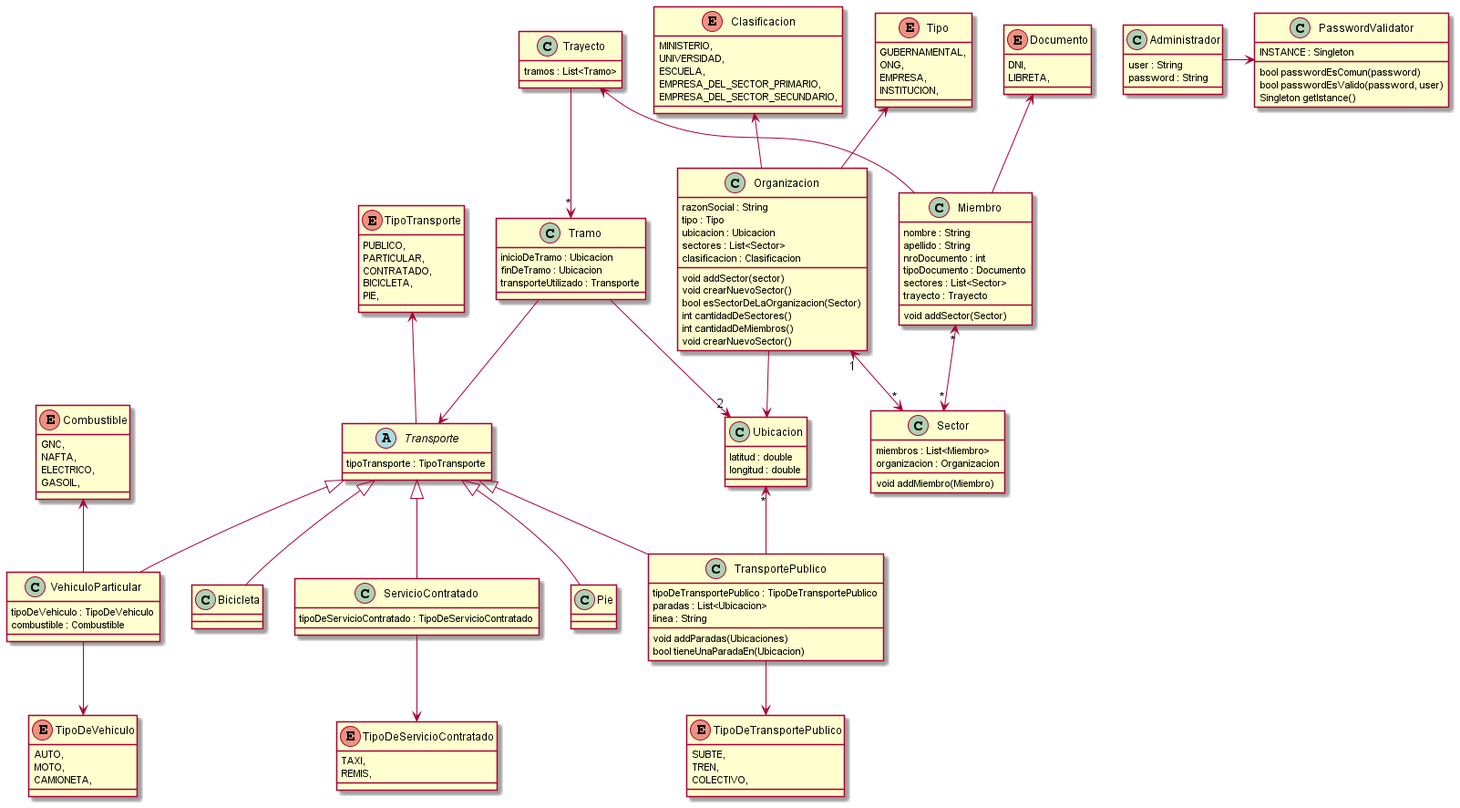
Earlier version of the PlantUML export out/Diagrama/TPA-1.png (mbeorlegui/tpa-dds-2022).
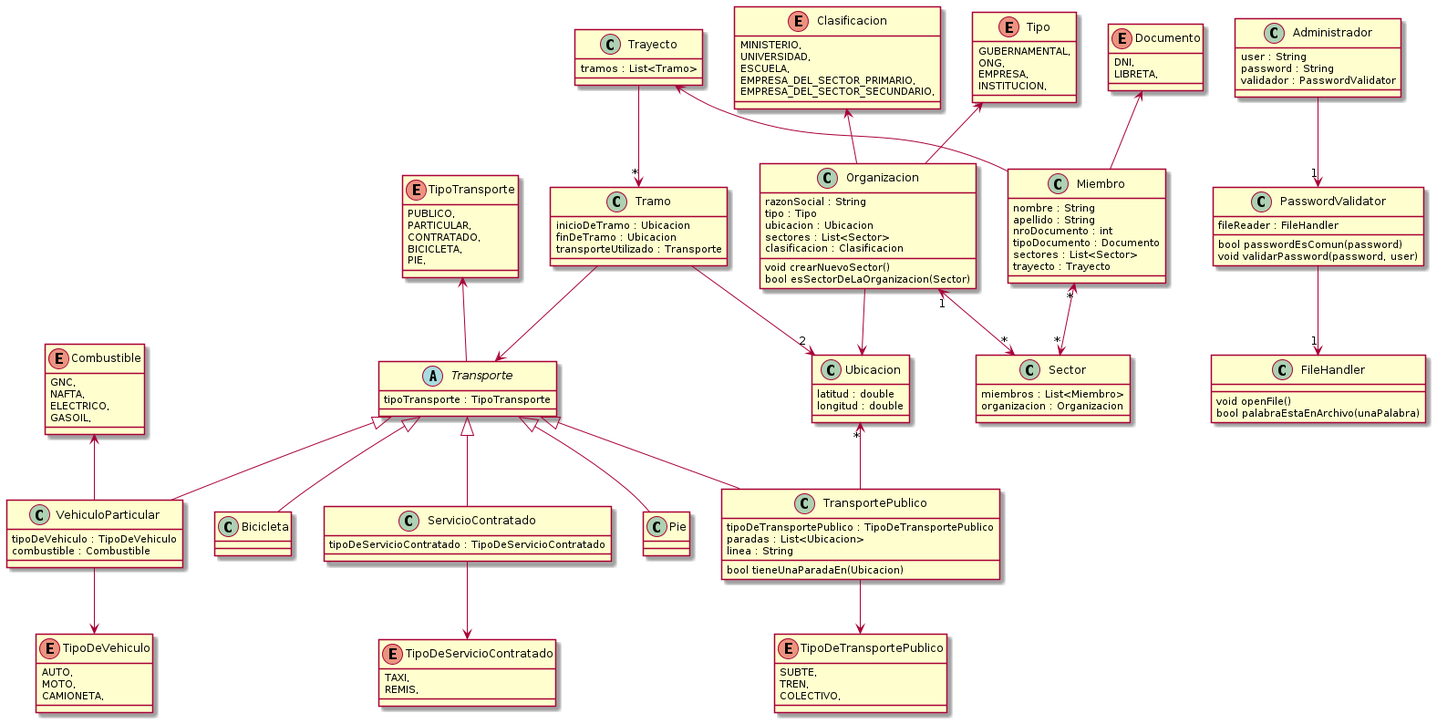
After the change.

Commit message:
Borro metodos innecesarios en diagrama y arreglo la parte de administrador

The edit, as a diff of the source:
```diff
@@ -6,12 +6,8 @@
   ubicacion : Ubicacion
   sectores : List<Sector>
   clasificacion : Clasificacion
-  void addSector(sector)
   void crearNuevoSector()
   bool esSectorDeLaOrganizacion(Sector)
-  int cantidadDeSectores()
-  int cantidadDeMiembros()
-  void crearNuevoSector()
 }
 
 class Ubicacion {
@@ -22,7 +18,6 @@
 class Sector {
   miembros : List<Miembro>
   organizacion : Organizacion
-  void addMiembro(Miembro)
 }
 
 class Miembro {
@@ -32,7 +27,6 @@
   tipoDocumento : Documento
   sectores : List<Sector>
   trayecto : Trayecto
-  void addSector(Sector)
 }
 
 enum Documento {
@@ -76,7 +70,6 @@
   tipoDeTransportePublico : TipoDeTransportePublico
   paradas : List<Ubicacion>
   linea : String
-  void addParadas(Ubicaciones)
   bool tieneUnaParadaEn(Ubicacion)
 }
 
@@ -130,13 +123,18 @@
 class Administrador {
   user : String
   password : String
+  validador : PasswordValidator
 }
 
 class PasswordValidator {
-  INSTANCE : Singleton
   bool passwordEsComun(password)
-  bool passwordEsValido(password, user)
-  Singleton getIstance()
+  void validarPassword(password, user)
+  fileReader : FileHandler
+}
+
+class FileHandler {
+  void openFile()
+  bool palabraEstaEnArchivo(unaPalabra)
 }
 
 Miembro "*"<-->"*" Sector
@@ -163,6 +161,8 @@
 Bicicleta -up-|> Transporte
 ServicioContratado -up-|> Transporte
 
-Administrador -right-> PasswordValidator
+Administrador -down->"1" PasswordValidator
+PasswordValidator -down->"1" FileHandler
+
 
 @enduml
```
